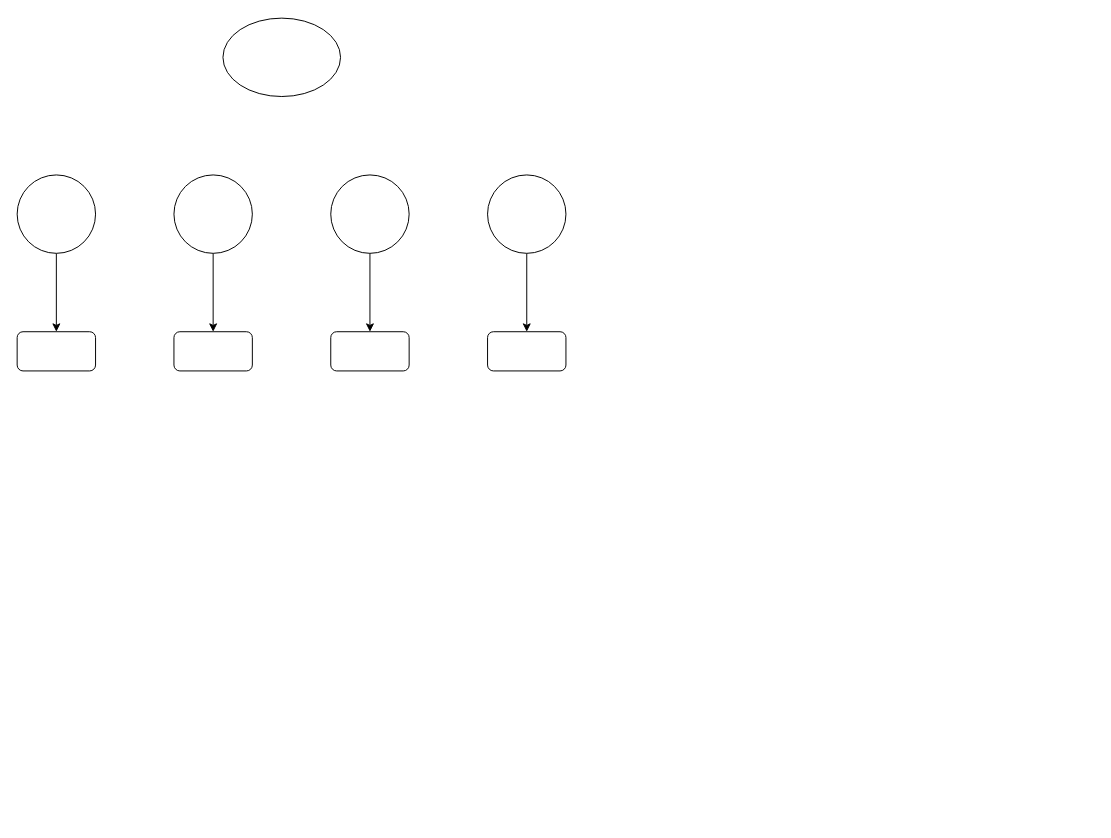
LanSeTianYe/draw keeps this draw.io diagram as me/博弈.drawio. Above is the earlier version. Source tidied: cells renumbered, new cells numbered last; positions are measured from the earlier drawing's top-left corner, leaving out a move shared by most shapes. Both pictures are drawn from the tidied source at 98%, with x=0, y=0 at pixel (17, 18).
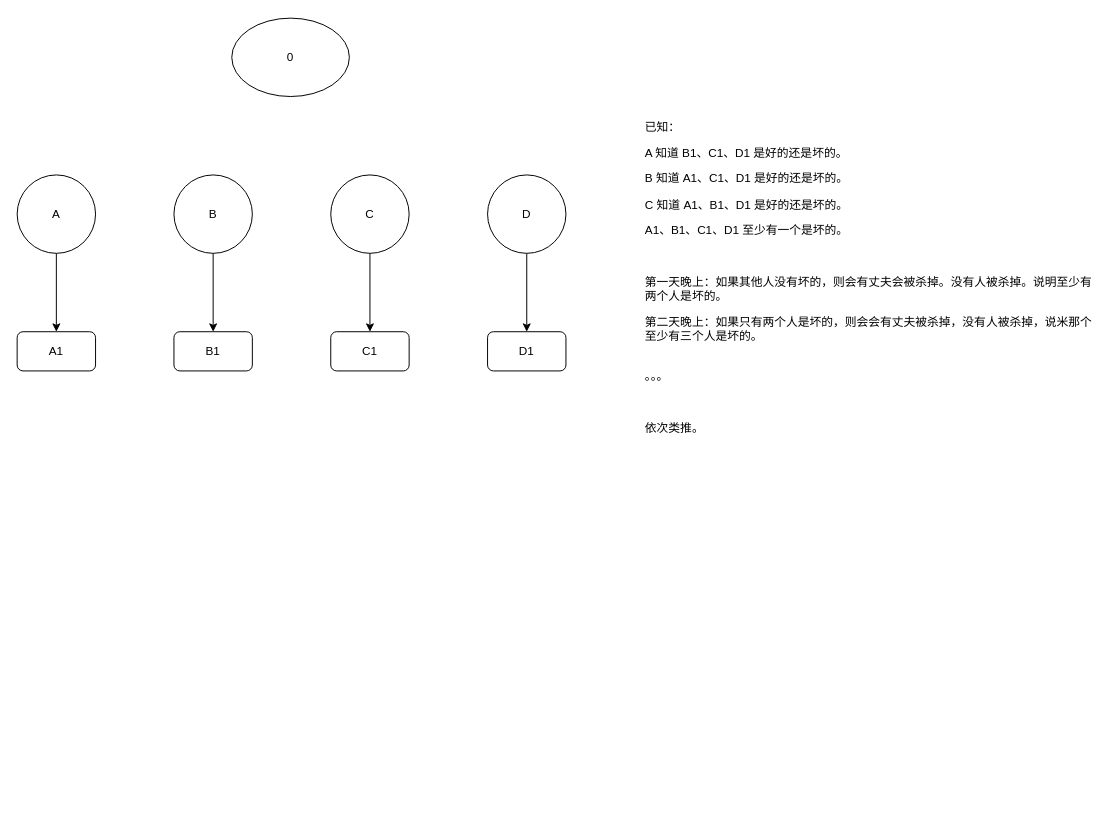
Above is the later version.

The edit, as a diff of the source:
```diff
@@
 <mxGraphModel>
   <root>
     <mxCell id="0" />
     <mxCell id="1" parent="0" />
     <mxCell id="2" style="edgeStyle=orthogonalEdgeStyle;rounded=0;jettySize=auto;html=1;exitX=0.5;exitY=1;exitDx=0;exitDy=0;entryX=0.5;entryY=0;entryDx=0;entryDy=0;" parent="1" edge="1" source="3" target="11">
       <mxGeometry relative="1" as="geometry" />
     </mxCell>
-    <mxCell id="3" style="ellipse;whiteSpace=wrap;html=1;" parent="1" vertex="1">
+    <mxCell id="3" value="A" style="ellipse;whiteSpace=wrap;html=1;" parent="1" vertex="1">
       <mxGeometry y="160" width="80" height="80" as="geometry" />
     </mxCell>
     <mxCell id="4" style="edgeStyle=orthogonalEdgeStyle;rounded=0;jettySize=auto;html=1;exitX=0.5;exitY=1;exitDx=0;exitDy=0;entryX=0.5;entryY=0;entryDx=0;entryDy=0;" parent="1" edge="1" source="5" target="12">
       <mxGeometry relative="1" as="geometry" />
     </mxCell>
-    <mxCell id="5" style="ellipse;whiteSpace=wrap;html=1;" parent="1" vertex="1">
+    <mxCell id="5" value="B" style="ellipse;whiteSpace=wrap;html=1;" parent="1" vertex="1">
       <mxGeometry x="160" y="160" width="80" height="80" as="geometry" />
     </mxCell>
     <mxCell id="6" style="edgeStyle=orthogonalEdgeStyle;rounded=0;jettySize=auto;html=1;exitX=0.5;exitY=1;exitDx=0;exitDy=0;entryX=0.5;entryY=0;entryDx=0;entryDy=0;" parent="1" edge="1" source="7" target="13">
       <mxGeometry relative="1" as="geometry" />
     </mxCell>
-    <mxCell id="7" style="ellipse;whiteSpace=wrap;html=1;" parent="1" vertex="1">
+    <mxCell id="7" value="C" style="ellipse;whiteSpace=wrap;html=1;" parent="1" vertex="1">
       <mxGeometry x="320" y="160" width="80" height="80" as="geometry" />
     </mxCell>
     <mxCell id="8" style="edgeStyle=orthogonalEdgeStyle;rounded=0;jettySize=auto;html=1;exitX=0.5;exitY=1;exitDx=0;exitDy=0;" parent="1" edge="1" source="9" target="14">
       <mxGeometry relative="1" as="geometry" />
     </mxCell>
-    <mxCell id="9" style="ellipse;whiteSpace=wrap;html=1;" parent="1" vertex="1">
+    <mxCell id="9" value="D" style="ellipse;whiteSpace=wrap;html=1;" parent="1" vertex="1">
       <mxGeometry x="480" y="160" width="80" height="80" as="geometry" />
     </mxCell>
-    <mxCell id="10" style="ellipse;whiteSpace=wrap;html=1;" parent="1" vertex="1">
-      <mxGeometry x="210" width="120" height="80" as="geometry" />
+    <mxCell id="10" value="0" style="ellipse;whiteSpace=wrap;html=1;" parent="1" vertex="1">
+      <mxGeometry x="219" width="120" height="80" as="geometry" />
     </mxCell>
-    <mxCell id="11" style="rounded=1;whiteSpace=wrap;html=1;" parent="1" vertex="1">
+    <mxCell id="11" value="A1" style="rounded=1;whiteSpace=wrap;html=1;" parent="1" vertex="1">
       <mxGeometry y="320" width="80" height="40" as="geometry" />
     </mxCell>
-    <mxCell id="12" style="rounded=1;whiteSpace=wrap;html=1;" parent="1" vertex="1">
+    <mxCell id="12" value="B1" style="rounded=1;whiteSpace=wrap;html=1;" parent="1" vertex="1">
       <mxGeometry x="160" y="320" width="80" height="40" as="geometry" />
     </mxCell>
-    <mxCell id="13" style="rounded=1;whiteSpace=wrap;html=1;" parent="1" vertex="1">
+    <mxCell id="13" value="C1" style="rounded=1;whiteSpace=wrap;html=1;" parent="1" vertex="1">
       <mxGeometry x="320" y="320" width="80" height="40" as="geometry" />
     </mxCell>
-    <mxCell id="14" style="rounded=1;whiteSpace=wrap;html=1;" parent="1" vertex="1">
+    <mxCell id="14" value="D1" style="rounded=1;whiteSpace=wrap;html=1;" parent="1" vertex="1">
       <mxGeometry x="480" y="320" width="80" height="40" as="geometry" />
     </mxCell>
+    <mxCell id="15" value="&lt;p&gt;已知：&lt;/p&gt;&lt;p&gt;A 知道 B1、C1、D1 是好的还是坏的。&lt;/p&gt;&lt;p&gt;B 知道 A1、C1、D1 是好的还是坏的。&lt;/p&gt;&lt;p&gt;C 知道 A1、B1、D1 是好的还是坏的。&lt;/p&gt;&lt;p&gt;A1、B1、C1、D1 至少有一个是坏的。&lt;/p&gt;&lt;p&gt;&lt;br&gt;&lt;/p&gt;&lt;p&gt;第一天晚上：如果&lt;span style=&quot;background-color: transparent; color: light-dark(rgb(0, 0, 0), rgb(255, 255, 255));&quot;&gt;其他人没有坏的&lt;/span&gt;&lt;span style=&quot;background-color: transparent; color: light-dark(rgb(0, 0, 0), rgb(255, 255, 255));&quot;&gt;，则会有丈夫会被杀掉。&lt;/span&gt;&lt;span style=&quot;background-color: transparent; color: light-dark(rgb(0, 0, 0), rgb(255, 255, 255));&quot;&gt;没有人被杀掉。说明至少有两个人是坏的。&lt;/span&gt;&lt;/p&gt;&lt;p&gt;第二天晚上：如果只有两个人是坏的，则会会有丈夫被杀掉，没有人被杀掉，说米那个至少有三个人是坏的。&lt;br&gt;&lt;br&gt;&lt;/p&gt;&lt;p&gt;。。。&amp;nbsp;&lt;/p&gt;&lt;p&gt;&lt;br&gt;&lt;/p&gt;&lt;p&gt;依次类推。&lt;/p&gt;&lt;p&gt;&lt;span style=&quot;background-color: transparent; color: light-dark(rgb(0, 0, 0), rgb(255, 255, 255));&quot;&gt;&lt;br&gt;&lt;/span&gt;&lt;/p&gt;&lt;p&gt;&lt;br&gt;&lt;/p&gt;&lt;p&gt;&lt;br&gt;&lt;/p&gt;&lt;p&gt;&lt;br&gt;&lt;/p&gt;&lt;p&gt;&lt;br&gt;&lt;/p&gt;&lt;p&gt;&lt;br&gt;&lt;/p&gt;&lt;p&gt;&lt;br&gt;&lt;/p&gt;&lt;p&gt;&lt;br&gt;&lt;/p&gt;&lt;p&gt;&lt;br&gt;&lt;/p&gt;&lt;p&gt;&lt;br&gt;&lt;/p&gt;&lt;p&gt;&lt;br&gt;&lt;/p&gt;" style="text;html=1;align=left;verticalAlign=middle;whiteSpace=wrap;rounded=0;" parent="1" vertex="1">
+      <mxGeometry x="639" y="-1" width="460" height="821" as="geometry" />
+    </mxCell>
   </root>
 </mxGraphModel>
```
